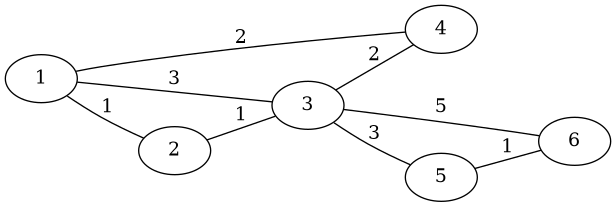
Before: images/sssp_1.png, a diagram exported from Graphviz (ClemensFMN/Journal). Its source is kept beside it as images/sssp_1.dot. Source of this version:
```dot
graph BST {
rankdir="LR";
1 -- 2[label="1"];
1 -- 3[label="3"];
1 -- 4[label="2"];

2 -- 3[label="1"];

3 -- 4[label="2"];
3 -- 5[label="3"];
3 -- 6[label="5"];

5 -- 6[label="1"];
}
```
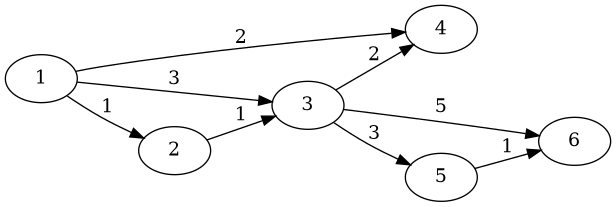
Later version of the same file.

Commit message:
SSSP, part #3

What changed in the source:
```diff
@@ -1,14 +1,14 @@
-graph BST {
+digraph BST {
 rankdir="LR";
-1 -- 2[label="1"];
-1 -- 3[label="3"];
-1 -- 4[label="2"];
+1 -> 2[label="1"];
+1 -> 3[label="3"];
+1 -> 4[label="2"];
 
-2 -- 3[label="1"];
+2 -> 3[label="1"];
 
-3 -- 4[label="2"];
-3 -- 5[label="3"];
-3 -- 6[label="5"];
+3 -> 4[label="2"];
+3 -> 5[label="3"];
+3 -> 6[label="5"];
 
-5 -- 6[label="1"];
+5 -> 6[label="1"];
 }
```
